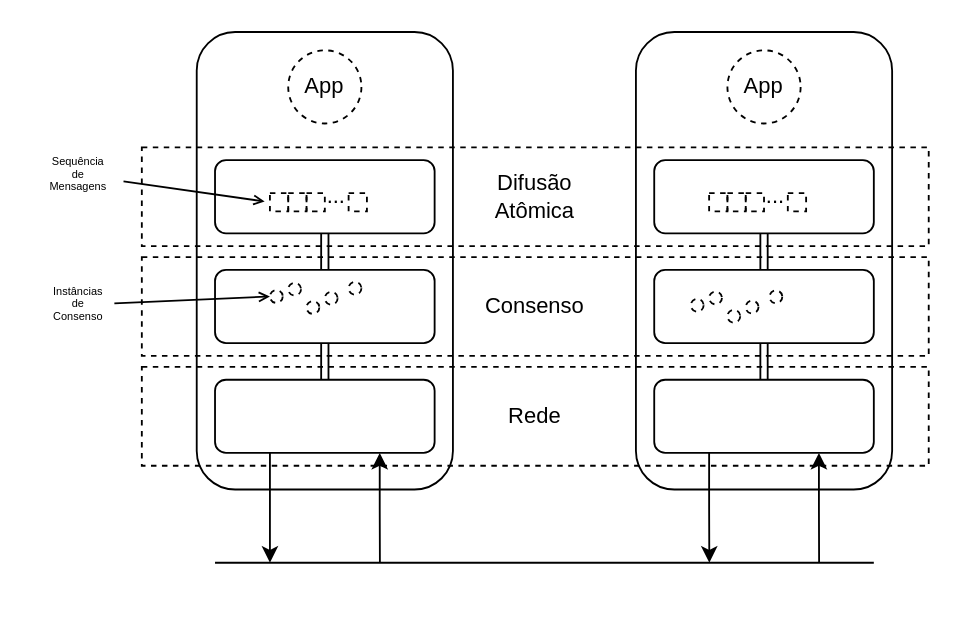
Above: fault/drawings/abcast.drawio in lasarojc/ds_notes (draw.io), before the change. Source tidied: cells renumbered, new cells numbered last; positions are measured from the earlier drawing's top-left corner, leaving out a move shared by most shapes. Both pictures are drawn from the tidied source at 183%, with x=0, y=0 at pixel (31, 31).
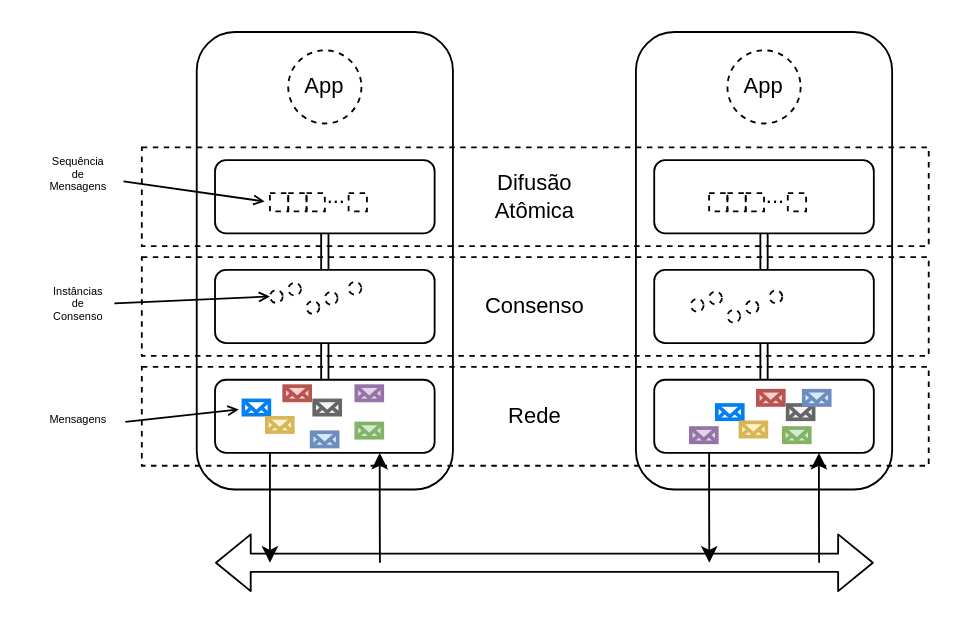
The same page after the edit.

What changed in the source:
```diff
@@
-    <mxCell id="7" style="endArrow=none;html=1;" parent="1" edge="1">
+    <mxCell id="7" style="endArrow=block;html=1;shape=flexArrow;startArrow=block;" parent="1" edge="1">
       <mxGeometry relative="1" as="geometry">
         <mxPoint x="100" y="290" as="sourcePoint" />
         <mxPoint x="460" y="290" as="targetPoint" />
       </mxGeometry>
     </mxCell>
@@
+    <mxCell id="50" style="group;" parent="1" vertex="1">
+      <mxGeometry x="115.5" y="193.5" width="76" height="33" as="geometry" />
+    </mxCell>
+    <mxCell id="51" style="html=1;verticalLabelPosition=bottom;align=center;labelBackgroundColor=#ffffff;verticalAlign=top;strokeWidth=2;strokeColor=#0080F0;shadow=0;dashed=0;shape=mxgraph.ios7.icons.mail;" parent="50" vertex="1">
+      <mxGeometry y="7.8" width="14.2" height="7.8" as="geometry" />
+    </mxCell>
+    <mxCell id="52" style="html=1;verticalLabelPosition=bottom;align=center;labelBackgroundColor=#ffffff;verticalAlign=top;strokeWidth=2;strokeColor=#b85450;shadow=0;dashed=0;shape=mxgraph.ios7.icons.mail;fillColor=#f8cecc;" parent="50" vertex="1">
+      <mxGeometry x="22.3" width="14.2" height="7.8" as="geometry" />
+    </mxCell>
+    <mxCell id="53" style="html=1;verticalLabelPosition=bottom;align=center;labelBackgroundColor=#ffffff;verticalAlign=top;strokeWidth=2;strokeColor=#d6b656;shadow=0;dashed=0;shape=mxgraph.ios7.icons.mail;fillColor=#fff2cc;" parent="50" vertex="1">
+      <mxGeometry x="12.8" y="17.3" width="14.2" height="7.8" as="geometry" />
+    </mxCell>
+    <mxCell id="54" style="html=1;verticalLabelPosition=bottom;align=center;labelBackgroundColor=#ffffff;verticalAlign=top;strokeWidth=2;strokeColor=#666666;shadow=0;dashed=0;shape=mxgraph.ios7.icons.mail;fillColor=#f5f5f5;fontColor=#333333;" parent="50" vertex="1">
+      <mxGeometry x="38.7" y="7.8" width="14.2" height="7.8" as="geometry" />
+    </mxCell>
+    <mxCell id="55" style="html=1;verticalLabelPosition=bottom;align=center;labelBackgroundColor=#ffffff;verticalAlign=top;strokeWidth=2;strokeColor=#6c8ebf;shadow=0;dashed=0;shape=mxgraph.ios7.icons.mail;fillColor=#dae8fc;" parent="50" vertex="1">
+      <mxGeometry x="37.3" y="25.2" width="14.2" height="7.8" as="geometry" />
+    </mxCell>
+    <mxCell id="56" style="html=1;verticalLabelPosition=bottom;align=center;labelBackgroundColor=#ffffff;verticalAlign=top;strokeWidth=2;strokeColor=#82b366;shadow=0;dashed=0;shape=mxgraph.ios7.icons.mail;fillColor=#d5e8d4;" parent="50" vertex="1">
+      <mxGeometry x="61.7" y="20.4" width="14.2" height="7.8" as="geometry" />
+    </mxCell>
+    <mxCell id="57" style="html=1;verticalLabelPosition=bottom;align=center;labelBackgroundColor=#ffffff;verticalAlign=top;strokeWidth=2;strokeColor=#9673a6;shadow=0;dashed=0;shape=mxgraph.ios7.icons.mail;fillColor=#e1d5e7;" parent="50" vertex="1">
+      <mxGeometry x="61.7" width="14.2" height="7.8" as="geometry" />
+    </mxCell>
+    <mxCell id="58" style="group;" parent="1" vertex="1">
+      <mxGeometry x="360" y="196" width="76" height="28.3" as="geometry" />
+    </mxCell>
+    <mxCell id="59" style="html=1;verticalLabelPosition=bottom;align=center;labelBackgroundColor=#ffffff;verticalAlign=top;strokeWidth=2;strokeColor=#0080F0;shadow=0;dashed=0;shape=mxgraph.ios7.icons.mail;" parent="58" vertex="1">
+      <mxGeometry x="14.2" y="7.8" width="14.2" height="7.8" as="geometry" />
+    </mxCell>
+    <mxCell id="60" style="html=1;verticalLabelPosition=bottom;align=center;labelBackgroundColor=#ffffff;verticalAlign=top;strokeWidth=2;strokeColor=#b85450;shadow=0;dashed=0;shape=mxgraph.ios7.icons.mail;fillColor=#f8cecc;" parent="58" vertex="1">
+      <mxGeometry x="36.6" width="14.2" height="7.8" as="geometry" />
+    </mxCell>
+    <mxCell id="61" style="html=1;verticalLabelPosition=bottom;align=center;labelBackgroundColor=#ffffff;verticalAlign=top;strokeWidth=2;strokeColor=#d6b656;shadow=0;dashed=0;shape=mxgraph.ios7.icons.mail;fillColor=#fff2cc;" parent="58" vertex="1">
+      <mxGeometry x="27.1" y="17.3" width="14.2" height="7.8" as="geometry" />
+    </mxCell>
+    <mxCell id="62" style="html=1;verticalLabelPosition=bottom;align=center;labelBackgroundColor=#ffffff;verticalAlign=top;strokeWidth=2;strokeColor=#666666;shadow=0;dashed=0;shape=mxgraph.ios7.icons.mail;fillColor=#f5f5f5;fontColor=#333333;" parent="58" vertex="1">
+      <mxGeometry x="52.9" y="7.8" width="14.2" height="7.8" as="geometry" />
+    </mxCell>
+    <mxCell id="63" style="html=1;verticalLabelPosition=bottom;align=center;labelBackgroundColor=#ffffff;verticalAlign=top;strokeWidth=2;strokeColor=#6c8ebf;shadow=0;dashed=0;shape=mxgraph.ios7.icons.mail;fillColor=#dae8fc;" parent="58" vertex="1">
+      <mxGeometry x="61.7" width="14.2" height="7.8" as="geometry" />
+    </mxCell>
+    <mxCell id="64" style="html=1;verticalLabelPosition=bottom;align=center;labelBackgroundColor=#ffffff;verticalAlign=top;strokeWidth=2;strokeColor=#82b366;shadow=0;dashed=0;shape=mxgraph.ios7.icons.mail;fillColor=#d5e8d4;" parent="58" vertex="1">
+      <mxGeometry x="50.8" y="20.4" width="14.2" height="7.8" as="geometry" />
+    </mxCell>
+    <mxCell id="65" style="html=1;verticalLabelPosition=bottom;align=center;labelBackgroundColor=#ffffff;verticalAlign=top;strokeWidth=2;strokeColor=#9673a6;shadow=0;dashed=0;shape=mxgraph.ios7.icons.mail;fillColor=#e1d5e7;" parent="58" vertex="1">
+      <mxGeometry y="20.4" width="14.2" height="7.8" as="geometry" />
+    </mxCell>
+    <mxCell id="66" value="Mensagens" style="text;html=1;align=center;verticalAlign=middle;points=[];fontSize=6;" parent="1" vertex="1">
+      <mxGeometry y="206.5" width="50" height="10" as="geometry" />
+    </mxCell>
+    <mxCell id="67" style="edgeStyle=none;rounded=0;jettySize=auto;html=1;entryX=-0.177;entryY=0.638;entryDx=0;entryDy=0;startArrow=none;startFill=0;endArrow=open;endFill=0;fontSize=6;endSize=4;exitX=1.02;exitY=0.65;exitDx=0;exitDy=0;exitPerimeter=0;entryPerimeter=0;" parent="1" edge="1" source="66" target="51">
+      <mxGeometry relative="1" as="geometry" />
+    </mxCell>
```
